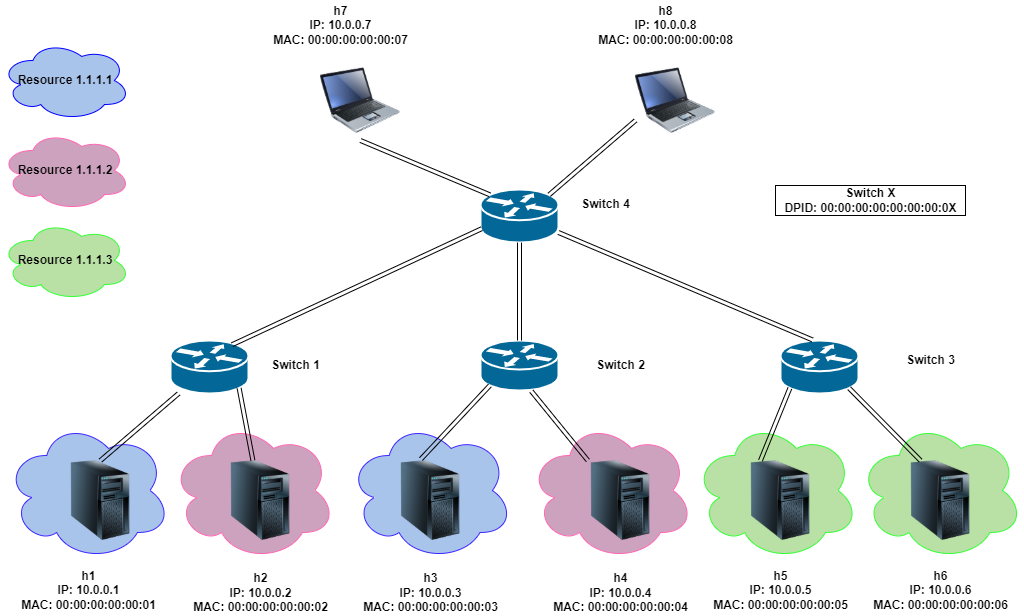
This is docs/images/testing_topology.drawio.png from leonardopoggiani/ANAWS-project, a draw.io export, as it was before one commit. Source tidied: cells renumbered, new cells last; positions are measured from the earlier drawing's top-left corner, leaving out a move shared by most shapes. Its diagram source:
```xml
<mxGraphModel>
  <root>
    <mxCell id="0" />
    <mxCell id="1" parent="0" />
    <mxCell id="2" style="ellipse;shape=cloud;whiteSpace=wrap;html=1;strokeColor=#33FF33;fillColor=#B9E0A5;" parent="1" vertex="1">
      <mxGeometry x="857.5" y="420" width="165" height="140" as="geometry" />
    </mxCell>
    <mxCell id="3" style="ellipse;shape=cloud;whiteSpace=wrap;html=1;strokeColor=#33FF33;fillColor=#B9E0A5;" parent="1" vertex="1">
      <mxGeometry x="693" y="420" width="165" height="140" as="geometry" />
    </mxCell>
    <mxCell id="4" style="ellipse;shape=cloud;whiteSpace=wrap;html=1;strokeColor=#FF66B3;fillColor=#CDA2BE;" parent="1" vertex="1">
      <mxGeometry x="528" y="420" width="165" height="140" as="geometry" />
    </mxCell>
    <mxCell id="5" style="ellipse;shape=cloud;whiteSpace=wrap;html=1;strokeColor=#3C26FF;fillColor=#A9C4EB;" parent="1" vertex="1">
      <mxGeometry x="347.5" y="420" width="165" height="140" as="geometry" />
    </mxCell>
    <mxCell id="6" style="ellipse;shape=cloud;whiteSpace=wrap;html=1;strokeColor=#FF66B3;fillColor=#CDA2BE;" parent="1" vertex="1">
      <mxGeometry x="170" y="420" width="165" height="140" as="geometry" />
    </mxCell>
    <mxCell id="7" style="ellipse;shape=cloud;whiteSpace=wrap;html=1;strokeColor=#3C26FF;fillColor=#A9C4EB;" parent="1" vertex="1">
      <mxGeometry x="5" y="420" width="165" height="140" as="geometry" />
    </mxCell>
    <mxCell id="8" style="shape=mxgraph.cisco.routers.router;html=1;dashed=0;fillColor=#036897;strokeColor=#ffffff;strokeWidth=2;verticalLabelPosition=bottom;verticalAlign=top;rounded=0;shadow=0;comic=0;fontFamily=Verdana;fontSize=12;" parent="1" vertex="1">
      <mxGeometry x="170" y="340" width="78" height="53" as="geometry" />
    </mxCell>
    <mxCell id="9" style="shape=mxgraph.cisco.routers.router;html=1;dashed=0;fillColor=#036897;strokeColor=#ffffff;strokeWidth=2;verticalLabelPosition=bottom;verticalAlign=top;rounded=0;shadow=0;comic=0;fontFamily=Verdana;fontSize=12;" parent="1" vertex="1">
      <mxGeometry x="480" y="189" width="78" height="53" as="geometry" />
    </mxCell>
    <mxCell id="10" style="shape=mxgraph.cisco.routers.router;html=1;dashed=0;fillColor=#036897;strokeColor=#ffffff;strokeWidth=2;verticalLabelPosition=bottom;verticalAlign=top;rounded=0;shadow=0;comic=0;fontFamily=Verdana;fontSize=12;" parent="1" vertex="1">
      <mxGeometry x="480" y="340" width="78" height="50" as="geometry" />
    </mxCell>
    <mxCell id="11" style="shape=mxgraph.cisco.routers.router;html=1;dashed=0;fillColor=#036897;strokeColor=#ffffff;strokeWidth=2;verticalLabelPosition=bottom;verticalAlign=top;rounded=0;shadow=0;comic=0;fontFamily=Verdana;fontSize=12;" parent="1" vertex="1">
      <mxGeometry x="780" y="340" width="78" height="53" as="geometry" />
    </mxCell>
    <mxCell id="12" style="image;html=1;image=img/lib/clip_art/computers/Laptop_128x128.png;" parent="1" vertex="1">
      <mxGeometry x="320" y="60" width="80" height="80" as="geometry" />
    </mxCell>
    <mxCell id="13" style="image;html=1;image=img/lib/clip_art/computers/Laptop_128x128.png;" parent="1" vertex="1">
      <mxGeometry x="635" y="60" width="80" height="80" as="geometry" />
    </mxCell>
    <mxCell id="14" style="image;html=1;image=img/lib/clip_art/computers/Server_Tower_128x128.png;strokeColor=#FF0000;" parent="1" vertex="1">
      <mxGeometry x="60" y="460" width="80" height="80" as="geometry" />
    </mxCell>
    <mxCell id="15" style="image;html=1;image=img/lib/clip_art/computers/Server_Tower_128x128.png;" parent="1" vertex="1">
      <mxGeometry x="390" y="460" width="80" height="80" as="geometry" />
    </mxCell>
    <mxCell id="16" style="image;html=1;image=img/lib/clip_art/computers/Server_Tower_128x128.png;" parent="1" vertex="1">
      <mxGeometry x="580" y="460" width="80" height="80" as="geometry" />
    </mxCell>
    <mxCell id="17" style="image;html=1;image=img/lib/clip_art/computers/Server_Tower_128x128.png;" parent="1" vertex="1">
      <mxGeometry x="740" y="460" width="80" height="80" as="geometry" />
    </mxCell>
    <mxCell id="18" style="image;html=1;image=img/lib/clip_art/computers/Server_Tower_128x128.png;" parent="1" vertex="1">
      <mxGeometry x="900" y="460" width="80" height="80" as="geometry" />
    </mxCell>
    <mxCell id="19" style="image;html=1;image=img/lib/clip_art/computers/Server_Tower_128x128.png;" parent="1" vertex="1">
      <mxGeometry x="220" y="460" width="80" height="80" as="geometry" />
    </mxCell>
    <mxCell id="20" value="&lt;b&gt;h1&lt;br&gt;IP: 10.0.0.1&lt;br&gt;MAC: 00:00:00:00:00:01&lt;/b&gt;" style="text;html=1;align=center;verticalAlign=middle;strokeColor=none;fillColor=none;" parent="1" vertex="1">
      <mxGeometry x="12.5" y="565" width="150" height="50" as="geometry" />
    </mxCell>
    <mxCell id="21" value="&lt;b&gt;&lt;br&gt;h2&lt;br&gt;IP: 10.0.0.2&lt;br&gt;MAC: 00:00:00:00:00:02&lt;/b&gt;" style="text;html=1;align=center;verticalAlign=middle;strokeColor=none;fillColor=none;" parent="1" vertex="1">
      <mxGeometry x="185" y="555" width="150" height="60" as="geometry" />
    </mxCell>
    <mxCell id="22" value="&lt;b&gt;&lt;br&gt;h3&lt;br&gt;IP: 10.0.0.3&lt;br&gt;MAC: 00:00:00:00:00:03&lt;/b&gt;" style="text;html=1;align=center;verticalAlign=middle;strokeColor=none;fillColor=none;" parent="1" vertex="1">
      <mxGeometry x="355" y="555" width="150" height="60" as="geometry" />
    </mxCell>
    <mxCell id="23" value="&lt;b&gt;&lt;br&gt;h4&lt;br&gt;IP: 10.0.0.4&lt;br&gt;MAC: 00:00:00:00:00:04&lt;/b&gt;" style="text;html=1;align=center;verticalAlign=middle;strokeColor=none;fillColor=none;" parent="1" vertex="1">
      <mxGeometry x="545" y="555" width="150" height="60" as="geometry" />
    </mxCell>
    <mxCell id="24" value="&lt;b&gt;h5&lt;br&gt;IP: 10.0.0.5&lt;br&gt;MAC: 00:00:00:00:00:05&lt;/b&gt;" style="text;html=1;align=center;verticalAlign=middle;strokeColor=none;fillColor=none;" parent="1" vertex="1">
      <mxGeometry x="705" y="565" width="150" height="50" as="geometry" />
    </mxCell>
    <mxCell id="25" value="&lt;b&gt;h6&lt;br&gt;IP: 10.0.0.6&lt;br&gt;MAC: 00:00:00:00:00:06&lt;/b&gt;" style="text;html=1;align=center;verticalAlign=middle;strokeColor=none;fillColor=none;" parent="1" vertex="1">
      <mxGeometry x="865" y="565" width="150" height="50" as="geometry" />
    </mxCell>
    <mxCell id="26" value="&lt;b&gt;h7&lt;br&gt;IP: 10.0.0.7&lt;br&gt;MAC: 00:00:00:00:00:07&lt;/b&gt;" style="text;html=1;align=center;verticalAlign=middle;strokeColor=none;fillColor=none;" parent="1" vertex="1">
      <mxGeometry x="265" width="150" height="50" as="geometry" />
    </mxCell>
    <mxCell id="27" value="&lt;b&gt;h8&lt;br&gt;IP: 10.0.0.8&lt;br&gt;MAC: 00:00:00:00:00:08&lt;/b&gt;" style="text;html=1;align=center;verticalAlign=middle;strokeColor=none;fillColor=none;" parent="1" vertex="1">
      <mxGeometry x="590" width="150" height="50" as="geometry" />
    </mxCell>
    <mxCell id="28" value="&lt;b&gt;Switch X&lt;br&gt;DPID: 00:00:00:00:00:00:00:0X&lt;/b&gt;" style="text;html=1;align=center;verticalAlign=middle;strokeColor=#000000;fillColor=none;" parent="1" vertex="1">
      <mxGeometry x="775" y="185" width="190" height="30" as="geometry" />
    </mxCell>
    <mxCell id="29" style="shape=link;html=1;rounded=0;entryX=0.015;entryY=0.74;entryDx=0;entryDy=0;entryPerimeter=0;exitX=0.79;exitY=0.079;exitDx=0;exitDy=0;exitPerimeter=0;" parent="1" edge="1" source="8" target="9">
      <mxGeometry relative="1" as="geometry" />
    </mxCell>
    <mxCell id="30" style="shape=link;html=1;rounded=0;exitX=0.5;exitY=1;exitDx=0;exitDy=0;exitPerimeter=0;entryX=0.5;entryY=0;entryDx=0;entryDy=0;entryPerimeter=0;" parent="1" edge="1" source="9" target="10">
      <mxGeometry relative="1" as="geometry" />
    </mxCell>
    <mxCell id="31" style="shape=link;html=1;rounded=0;entryX=0.41;entryY=-0.011;entryDx=0;entryDy=0;entryPerimeter=0;" parent="1" edge="1" source="9" target="11">
      <mxGeometry relative="1" as="geometry" />
    </mxCell>
    <mxCell id="32" style="shape=link;html=1;rounded=0;entryX=0.5;entryY=0;entryDx=0;entryDy=0;" parent="1" edge="1" source="8" target="14">
      <mxGeometry relative="1" as="geometry" />
    </mxCell>
    <mxCell id="33" style="shape=link;html=1;rounded=0;exitX=0.88;exitY=0.9;exitDx=0;exitDy=0;exitPerimeter=0;" parent="1" edge="1" source="8" target="19">
      <mxGeometry relative="1" as="geometry" />
    </mxCell>
    <mxCell id="34" style="shape=link;html=1;rounded=0;exitX=0.12;exitY=0.9;exitDx=0;exitDy=0;exitPerimeter=0;entryX=0.25;entryY=0;entryDx=0;entryDy=0;" parent="1" edge="1" source="11" target="17">
      <mxGeometry relative="1" as="geometry" />
    </mxCell>
    <mxCell id="35" style="shape=link;html=1;rounded=0;entryX=0.12;entryY=0.9;entryDx=0;entryDy=0;entryPerimeter=0;exitX=0.38;exitY=-0.017;exitDx=0;exitDy=0;exitPerimeter=0;" parent="1" edge="1" source="15" target="10">
      <mxGeometry relative="1" as="geometry" />
    </mxCell>
    <mxCell id="36" style="shape=link;html=1;rounded=0;exitX=0.651;exitY=1.012;exitDx=0;exitDy=0;exitPerimeter=0;" parent="1" edge="1" source="10" target="16">
      <mxGeometry relative="1" as="geometry" />
    </mxCell>
    <mxCell id="37" style="shape=link;html=1;rounded=0;entryX=0.88;entryY=0.9;entryDx=0;entryDy=0;entryPerimeter=0;" parent="1" edge="1" target="11">
      <mxGeometry relative="1" as="geometry">
        <mxPoint x="920" y="460" as="sourcePoint" />
      </mxGeometry>
    </mxCell>
    <mxCell id="38" style="shape=link;html=1;rounded=0;entryX=0.12;entryY=0.1;entryDx=0;entryDy=0;entryPerimeter=0;exitX=0.5;exitY=1;exitDx=0;exitDy=0;" parent="1" edge="1" source="12" target="9">
      <mxGeometry relative="1" as="geometry" />
    </mxCell>
    <mxCell id="39" style="shape=link;html=1;rounded=0;exitX=0.88;exitY=0.1;exitDx=0;exitDy=0;exitPerimeter=0;entryX=0;entryY=0.75;entryDx=0;entryDy=0;" parent="1" edge="1" source="9" target="13">
      <mxGeometry relative="1" as="geometry" />
    </mxCell>
    <mxCell id="40" value="&lt;b&gt;Switch 1&lt;/b&gt;" style="text;html=1;align=center;verticalAlign=middle;strokeColor=none;fillColor=none;" parent="1" vertex="1">
      <mxGeometry x="265" y="355" width="60" height="20" as="geometry" />
    </mxCell>
    <mxCell id="41" value="&lt;b&gt;Switch 2&lt;/b&gt;" style="text;html=1;align=center;verticalAlign=middle;strokeColor=none;fillColor=none;" parent="1" vertex="1">
      <mxGeometry x="590" y="355" width="60" height="20" as="geometry" />
    </mxCell>
    <mxCell id="42" value="&lt;b&gt;Switch 3&lt;/b&gt;" style="text;html=1;align=center;verticalAlign=middle;strokeColor=none;fillColor=none;" parent="1" vertex="1">
      <mxGeometry x="900" y="350" width="60" height="20" as="geometry" />
    </mxCell>
    <mxCell id="43" value="&lt;b&gt;Switch 4&lt;/b&gt;" style="text;html=1;align=center;verticalAlign=middle;strokeColor=none;fillColor=none;" parent="1" vertex="1">
      <mxGeometry x="575" y="194" width="60" height="20" as="geometry" />
    </mxCell>
    <mxCell id="44" value="&lt;b&gt;Resource 1.1.1.1&lt;/b&gt;" style="ellipse;shape=cloud;whiteSpace=wrap;html=1;strokeColor=#0000FF;fillColor=#A9C4EB;" parent="1" vertex="1">
      <mxGeometry y="40" width="130" height="80" as="geometry" />
    </mxCell>
    <mxCell id="45" value="&lt;b&gt;Resource 1.1.1.3&lt;/b&gt;" style="ellipse;shape=cloud;whiteSpace=wrap;html=1;strokeColor=#33FF33;fillColor=#B9E0A5;" parent="1" vertex="1">
      <mxGeometry y="220" width="130" height="80" as="geometry" />
    </mxCell>
    <mxCell id="46" value="&lt;b&gt;Resource 1.1.1.2&lt;/b&gt;" style="ellipse;shape=cloud;whiteSpace=wrap;html=1;strokeColor=#FF66B3;fillColor=#CDA2BE;" parent="1" vertex="1">
      <mxGeometry y="130" width="130" height="80" as="geometry" />
    </mxCell>
  </root>
</mxGraphModel>
```
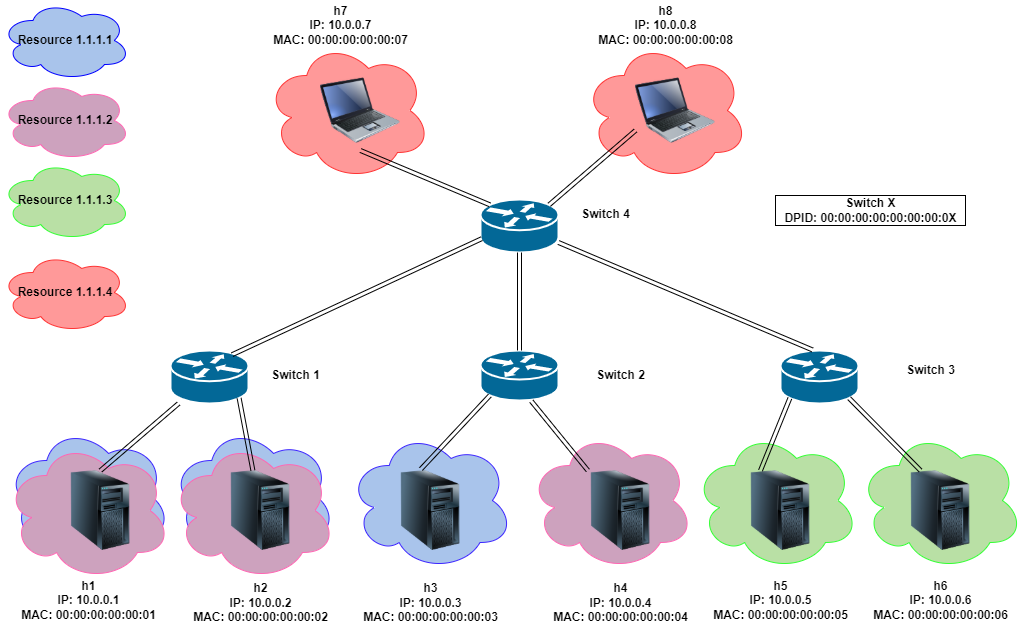
The same file after the commit.

What changed in the source:
```diff
@@ -2,6 +2,21 @@
   <root>
     <mxCell id="0" />
     <mxCell id="1" parent="0" />
+    <mxCell id="7" style="ellipse;shape=cloud;whiteSpace=wrap;html=1;strokeColor=#3C26FF;fillColor=#A9C4EB;" parent="1" vertex="1">
+      <mxGeometry x="5" y="415" width="165" height="140" as="geometry" />
+    </mxCell>
+    <mxCell id="47" style="ellipse;shape=cloud;whiteSpace=wrap;html=1;strokeColor=#FF66B3;fillColor=#CDA2BE;" parent="1" vertex="1">
+      <mxGeometry x="5" y="430" width="165" height="140" as="geometry" />
+    </mxCell>
+    <mxCell id="48" style="ellipse;shape=cloud;whiteSpace=wrap;html=1;strokeColor=#3C26FF;fillColor=#A9C4EB;" parent="1" vertex="1">
+      <mxGeometry x="170" y="415" width="165" height="140" as="geometry" />
+    </mxCell>
+    <mxCell id="49" style="ellipse;shape=cloud;whiteSpace=wrap;html=1;strokeColor=#FF3333;fillColor=#FF9999;" parent="1" vertex="1">
+      <mxGeometry x="582.5" y="30" width="165" height="140" as="geometry" />
+    </mxCell>
+    <mxCell id="50" style="ellipse;shape=cloud;whiteSpace=wrap;html=1;strokeColor=#FF3333;fillColor=#FF9999;" parent="1" vertex="1">
+      <mxGeometry x="265" y="30" width="165" height="140" as="geometry" />
+    </mxCell>
     <mxCell id="2" style="ellipse;shape=cloud;whiteSpace=wrap;html=1;strokeColor=#33FF33;fillColor=#B9E0A5;" parent="1" vertex="1">
       <mxGeometry x="857.5" y="420" width="165" height="140" as="geometry" />
     </mxCell>
@@ -15,11 +30,8 @@
       <mxGeometry x="347.5" y="420" width="165" height="140" as="geometry" />
     </mxCell>
     <mxCell id="6" style="ellipse;shape=cloud;whiteSpace=wrap;html=1;strokeColor=#FF66B3;fillColor=#CDA2BE;" parent="1" vertex="1">
-      <mxGeometry x="170" y="420" width="165" height="140" as="geometry" />
+      <mxGeometry x="170" y="430" width="165" height="140" as="geometry" />
     </mxCell>
-    <mxCell id="7" style="ellipse;shape=cloud;whiteSpace=wrap;html=1;strokeColor=#3C26FF;fillColor=#A9C4EB;" parent="1" vertex="1">
-      <mxGeometry x="5" y="420" width="165" height="140" as="geometry" />
-    </mxCell>
     <mxCell id="8" style="shape=mxgraph.cisco.routers.router;html=1;dashed=0;fillColor=#036897;strokeColor=#ffffff;strokeWidth=2;verticalLabelPosition=bottom;verticalAlign=top;rounded=0;shadow=0;comic=0;fontFamily=Verdana;fontSize=12;" parent="1" vertex="1">
       <mxGeometry x="170" y="340" width="78" height="53" as="geometry" />
     </mxCell>
@@ -75,10 +87,10 @@
       <mxGeometry x="865" y="565" width="150" height="50" as="geometry" />
     </mxCell>
     <mxCell id="26" value="&lt;b&gt;h7&lt;br&gt;IP: 10.0.0.7&lt;br&gt;MAC: 00:00:00:00:00:07&lt;/b&gt;" style="text;html=1;align=center;verticalAlign=middle;strokeColor=none;fillColor=none;" parent="1" vertex="1">
-      <mxGeometry x="265" width="150" height="50" as="geometry" />
+      <mxGeometry x="265" y="-10" width="150" height="50" as="geometry" />
     </mxCell>
     <mxCell id="27" value="&lt;b&gt;h8&lt;br&gt;IP: 10.0.0.8&lt;br&gt;MAC: 00:00:00:00:00:08&lt;/b&gt;" style="text;html=1;align=center;verticalAlign=middle;strokeColor=none;fillColor=none;" parent="1" vertex="1">
-      <mxGeometry x="590" width="150" height="50" as="geometry" />
+      <mxGeometry x="590" y="-10" width="150" height="50" as="geometry" />
     </mxCell>
     <mxCell id="28" value="&lt;b&gt;Switch X&lt;br&gt;DPID: 00:00:00:00:00:00:00:0X&lt;/b&gt;" style="text;html=1;align=center;verticalAlign=middle;strokeColor=#000000;fillColor=none;" parent="1" vertex="1">
       <mxGeometry x="775" y="185" width="190" height="30" as="geometry" />
@@ -131,13 +143,16 @@
       <mxGeometry x="575" y="194" width="60" height="20" as="geometry" />
     </mxCell>
     <mxCell id="44" value="&lt;b&gt;Resource 1.1.1.1&lt;/b&gt;" style="ellipse;shape=cloud;whiteSpace=wrap;html=1;strokeColor=#0000FF;fillColor=#A9C4EB;" parent="1" vertex="1">
-      <mxGeometry y="40" width="130" height="80" as="geometry" />
+      <mxGeometry y="-10" width="130" height="80" as="geometry" />
     </mxCell>
     <mxCell id="45" value="&lt;b&gt;Resource 1.1.1.3&lt;/b&gt;" style="ellipse;shape=cloud;whiteSpace=wrap;html=1;strokeColor=#33FF33;fillColor=#B9E0A5;" parent="1" vertex="1">
-      <mxGeometry y="220" width="130" height="80" as="geometry" />
+      <mxGeometry y="150" width="130" height="80" as="geometry" />
     </mxCell>
     <mxCell id="46" value="&lt;b&gt;Resource 1.1.1.2&lt;/b&gt;" style="ellipse;shape=cloud;whiteSpace=wrap;html=1;strokeColor=#FF66B3;fillColor=#CDA2BE;" parent="1" vertex="1">
-      <mxGeometry y="130" width="130" height="80" as="geometry" />
+      <mxGeometry y="70" width="130" height="80" as="geometry" />
     </mxCell>
+    <mxCell id="51" value="&lt;b&gt;Resource 1.1.1.4&lt;/b&gt;" style="ellipse;shape=cloud;whiteSpace=wrap;html=1;strokeColor=#FF3333;fillColor=#FF9999;" parent="1" vertex="1">
+      <mxGeometry y="242" width="130" height="80" as="geometry" />
+    </mxCell>
   </root>
 </mxGraphModel>
```
